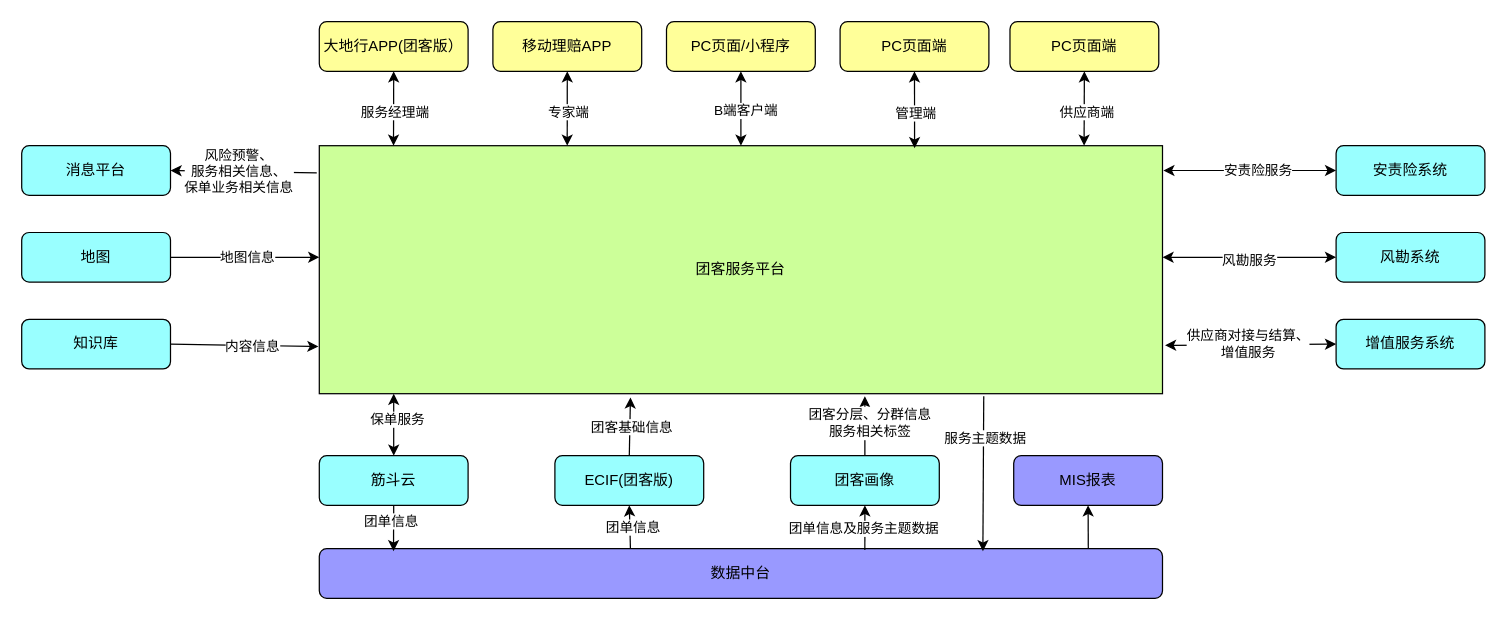
Above: 团客总体设计.drawio in loc1129/tech (draw.io), before the change. Source tidied: cells renumbered, new cells numbered last; positions are measured from the earlier drawing's top-left corner, leaving out a move shared by most shapes. Both pictures are drawn from the tidied source at 124%, with x=0, y=0 at pixel (21, 21).
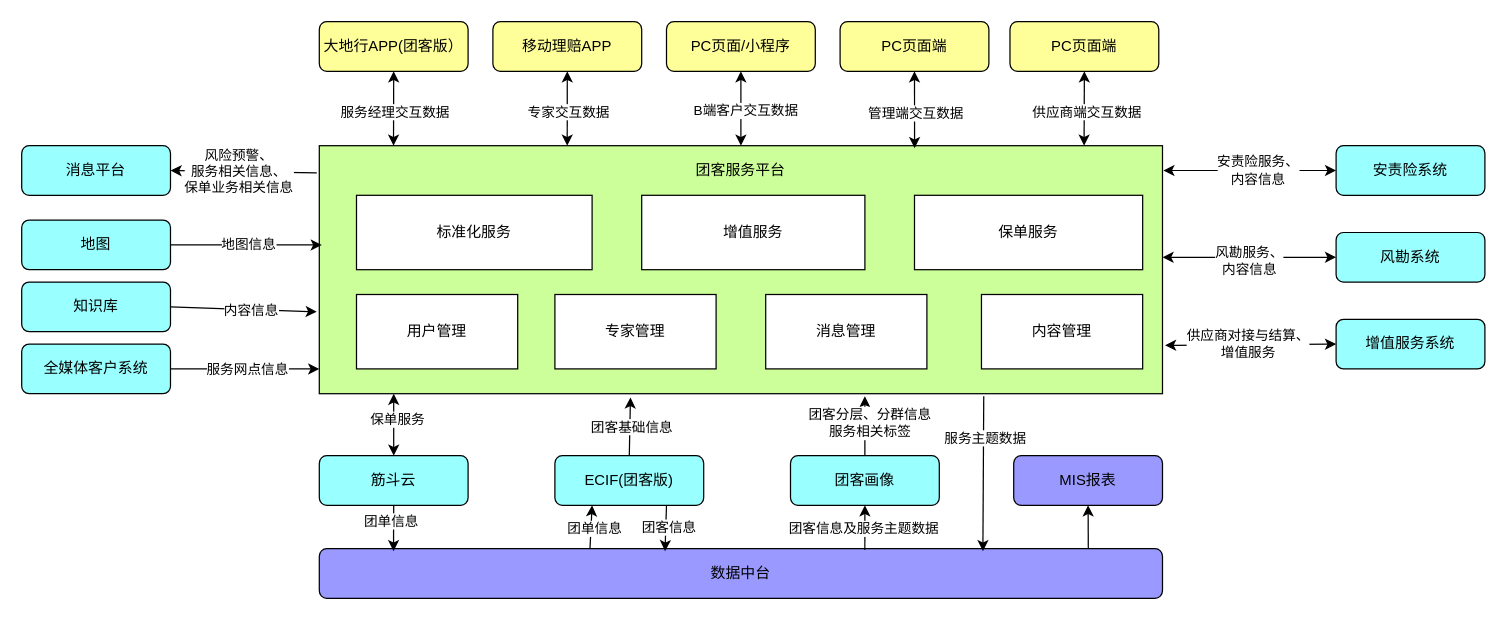
The same diagram, later.

Commit message:
更新团客总体设计.drawio

Unchanged cells that the change refers to:
```xml
<mxCell id="8" style="endArrow=classic;startArrow=classic;html=1;rounded=0;entryX=0.5;entryY=1;entryDx=0;entryDy=0;exitX=0.088;exitY=0;exitDx=0;exitDy=0;exitPerimeter=0;" parent="1" edge="1" source="2" target="3">
  <mxGeometry relative="1" as="geometry" />
</mxCell>
<mxCell id="10" style="endArrow=classic;startArrow=classic;html=1;rounded=0;entryX=0.5;entryY=1;entryDx=0;entryDy=0;exitX=0.294;exitY=0;exitDx=0;exitDy=0;exitPerimeter=0;" parent="1" edge="1" source="2" target="4">
  <mxGeometry relative="1" as="geometry" />
</mxCell>
<mxCell id="12" style="endArrow=classic;startArrow=classic;html=1;rounded=0;exitX=0.5;exitY=0;exitDx=0;exitDy=0;entryX=0.5;entryY=1;entryDx=0;entryDy=0;" parent="1" edge="1" source="2" target="5">
  <mxGeometry relative="1" as="geometry" />
</mxCell>
<mxCell id="14" style="endArrow=classic;startArrow=classic;html=1;rounded=0;entryX=0.5;entryY=1;entryDx=0;entryDy=0;exitX=0.706;exitY=0.01;exitDx=0;exitDy=0;exitPerimeter=0;" parent="1" edge="1" source="2" target="6">
  <mxGeometry relative="1" as="geometry" />
</mxCell>
<mxCell id="16" style="endArrow=classic;startArrow=classic;html=1;rounded=0;entryX=0.5;entryY=1;entryDx=0;entryDy=0;exitX=0.907;exitY=0;exitDx=0;exitDy=0;exitPerimeter=0;" parent="1" edge="1" source="2" target="7">
  <mxGeometry relative="1" as="geometry" />
</mxCell>
<mxCell id="30" style="endArrow=classic;startArrow=classic;html=1;rounded=0;exitX=1.001;exitY=0.1;exitDx=0;exitDy=0;exitPerimeter=0;entryX=0;entryY=0.5;entryDx=0;entryDy=0;" parent="1" edge="1" source="2" target="21">
  <mxGeometry relative="1" as="geometry" />
</mxCell>
<mxCell id="32" style="endArrow=classic;startArrow=classic;html=1;rounded=0;entryX=0;entryY=0.5;entryDx=0;entryDy=0;" parent="1" edge="1" target="22">
  <mxGeometry relative="1" as="geometry">
    <mxPoint x="920" y="190" as="sourcePoint" />
  </mxGeometry>
</mxCell>
<mxCell id="39" value="ECIF(团客版)" style="rounded=1;whiteSpace=wrap;html=1;fillColor=#99FFFF;" parent="1" vertex="1">
  <mxGeometry x="430" y="350" width="120" height="40" as="geometry" />
</mxCell>
<mxCell id="46" value="数据中台" style="rounded=1;whiteSpace=wrap;html=1;fillColor=#9999FF;" parent="1" vertex="1">
  <mxGeometry x="240" y="425" width="680" height="40" as="geometry" />
</mxCell>
<mxCell id="54" style="endArrow=classic;html=1;rounded=0;exitX=0.647;exitY=0.025;exitDx=0;exitDy=0;exitPerimeter=0;entryX=0.5;entryY=1;entryDx=0;entryDy=0;" parent="1" edge="1" source="46" target="42">
  <mxGeometry relative="1" as="geometry" />
</mxCell>
```

Change to the diagram source:
```diff
@@
-    <mxCell id="2" value="团客服务平台" style="rounded=0;whiteSpace=wrap;html=1;fillColor=#CCFF99;" parent="1" vertex="1">
+    <mxCell id="2" style="rounded=0;whiteSpace=wrap;html=1;fillColor=#CCFF99;" parent="1" vertex="1">
       <mxGeometry x="240" y="100" width="680" height="200" as="geometry" />
     </mxCell>
@@
-    <mxCell id="9" value="服务经理端" style="edgeLabel;html=1;align=center;verticalAlign=middle;" parent="8" vertex="1">
+    <mxCell id="9" value="服务经理交互数据" style="edgeLabel;html=1;align=center;verticalAlign=middle;" parent="8" vertex="1">
       <mxGeometry x="-0.06" y="-1" relative="1" as="geometry" />
     </mxCell>
@@
-    <mxCell id="11" value="专家端" style="edgeLabel;html=1;align=center;verticalAlign=middle;" parent="10" vertex="1">
+    <mxCell id="11" value="专家交互数据" style="edgeLabel;html=1;align=center;verticalAlign=middle;" parent="10" vertex="1">
       <mxGeometry x="-0.06" y="-1" relative="1" as="geometry" />
     </mxCell>
@@
-    <mxCell id="13" value="B端客户端" style="edgeLabel;html=1;align=center;verticalAlign=middle;" parent="12" vertex="1">
+    <mxCell id="13" value="B端客户交互数据" style="edgeLabel;html=1;align=center;verticalAlign=middle;" parent="12" vertex="1">
       <mxGeometry x="-0.04" y="-3" relative="1" as="geometry" />
     </mxCell>
@@
-    <mxCell id="15" value="管理端" style="edgeLabel;html=1;align=center;verticalAlign=middle;" parent="14" vertex="1">
+    <mxCell id="15" value="管理端交互数据" style="edgeLabel;html=1;align=center;verticalAlign=middle;" parent="14" vertex="1">
       <mxGeometry x="-0.06" relative="1" as="geometry" />
     </mxCell>
@@
-    <mxCell id="17" value="供应商端" style="edgeLabel;html=1;align=center;verticalAlign=middle;" parent="16" vertex="1">
+    <mxCell id="17" value="供应商端交互数据" style="edgeLabel;html=1;align=center;verticalAlign=middle;" parent="16" vertex="1">
       <mxGeometry x="-0.06" y="-2" relative="1" as="geometry" />
     </mxCell>
@@
     <mxCell id="19" value="地图" style="rounded=1;whiteSpace=wrap;html=1;fillColor=#99FFFF;" parent="1" vertex="1">
-      <mxGeometry y="170" width="120" height="40" as="geometry" />
+      <mxGeometry y="160" width="120" height="40" as="geometry" />
     </mxCell>
     <mxCell id="20" value="知识库" style="rounded=1;whiteSpace=wrap;html=1;fillColor=#99FFFF;" parent="1" vertex="1">
-      <mxGeometry y="240" width="120" height="40" as="geometry" />
+      <mxGeometry y="210" width="120" height="40" as="geometry" />
     </mxCell>
@@
-    <mxCell id="26" style="endArrow=classic;html=1;rounded=0;exitX=1;exitY=0.5;exitDx=0;exitDy=0;" parent="1" edge="1" source="19">
-      <mxGeometry relative="1" as="geometry">
-        <mxPoint x="240" y="190" as="targetPoint" />
-      </mxGeometry>
+    <mxCell id="26" style="endArrow=classic;html=1;rounded=0;exitX=1;exitY=0.5;exitDx=0;exitDy=0;entryX=0.003;entryY=0.4;entryDx=0;entryDy=0;entryPerimeter=0;" parent="1" edge="1" source="19" target="2">
+      <mxGeometry relative="1" as="geometry" />
     </mxCell>
@@
-    <mxCell id="28" style="endArrow=classic;html=1;rounded=0;exitX=1;exitY=0.5;exitDx=0;exitDy=0;entryX=-0.001;entryY=0.81;entryDx=0;entryDy=0;entryPerimeter=0;" parent="1" edge="1" source="20" target="2">
+    <mxCell id="28" style="endArrow=classic;html=1;rounded=0;exitX=1;exitY=0.5;exitDx=0;exitDy=0;entryX=-0.003;entryY=0.67;entryDx=0;entryDy=0;entryPerimeter=0;" parent="1" edge="1" source="20" target="2">
       <mxGeometry relative="1" as="geometry" />
     </mxCell>
@@
-    <mxCell id="31" value="安责险服务" style="edgeLabel;html=1;align=center;verticalAlign=middle;" parent="30" vertex="1">
+    <mxCell id="31" value="安责险服务、&lt;br&gt;内容信息" style="edgeLabel;html=1;align=center;verticalAlign=middle;" parent="30" vertex="1">
       <mxGeometry x="0.09" y="1" relative="1" as="geometry" />
     </mxCell>
@@
-    <mxCell id="33" value="风勘服务" style="edgeLabel;html=1;align=center;verticalAlign=middle;" parent="32" vertex="1">
+    <mxCell id="33" value="风勘服务、&lt;br&gt;内容信息" style="edgeLabel;html=1;align=center;verticalAlign=middle;" parent="32" vertex="1">
       <mxGeometry x="-0.01" y="-2" relative="1" as="geometry" />
     </mxCell>
@@
-    <mxCell id="52" style="endArrow=classic;html=1;rounded=0;exitX=0.369;exitY=0;exitDx=0;exitDy=0;exitPerimeter=0;entryX=0.5;entryY=1;entryDx=0;entryDy=0;" parent="1" edge="1" source="46" target="39">
+    <mxCell id="52" style="endArrow=classic;html=1;rounded=0;exitX=0.321;exitY=0;exitDx=0;exitDy=0;exitPerimeter=0;entryX=0.25;entryY=1;entryDx=0;entryDy=0;" parent="1" edge="1" source="46" target="39">
       <mxGeometry relative="1" as="geometry" />
     </mxCell>
@@
-    <mxCell id="55" value="团单信息及服务主题数据" style="edgeLabel;html=1;align=center;verticalAlign=middle;" parent="54" vertex="1">
+    <mxCell id="55" value="团客信息及服务主题数据" style="edgeLabel;html=1;align=center;verticalAlign=middle;" parent="54" vertex="1">
       <mxGeometry x="-0.06" y="1" relative="1" as="geometry" />
     </mxCell>
+    <mxCell id="56" value="全媒体客户系统" style="rounded=1;whiteSpace=wrap;html=1;fillColor=#99FFFF;" parent="1" vertex="1">
+      <mxGeometry y="260" width="120" height="40" as="geometry" />
+    </mxCell>
+    <mxCell id="57" style="endArrow=classic;html=1;rounded=0;exitX=1;exitY=0.5;exitDx=0;exitDy=0;entryX=0;entryY=0.9;entryDx=0;entryDy=0;entryPerimeter=0;" parent="1" edge="1" source="56" target="2">
+      <mxGeometry relative="1" as="geometry" />
+    </mxCell>
+    <mxCell id="58" value="服务网点信息" style="edgeLabel;html=1;align=center;verticalAlign=middle;" parent="57" vertex="1">
+      <mxGeometry x="0.02" relative="1" as="geometry" />
+    </mxCell>
+    <mxCell id="59" value="标准化服务" style="rounded=0;whiteSpace=wrap;html=1;" parent="1" vertex="1">
+      <mxGeometry x="270" y="140" width="190" height="60" as="geometry" />
+    </mxCell>
+    <mxCell id="60" value="用户管理" style="rounded=0;whiteSpace=wrap;html=1;" parent="1" vertex="1">
+      <mxGeometry x="270" y="220" width="130" height="60" as="geometry" />
+    </mxCell>
+    <mxCell id="61" value="专家管理" style="rounded=0;whiteSpace=wrap;html=1;" parent="1" vertex="1">
+      <mxGeometry x="430" y="220" width="130" height="60" as="geometry" />
+    </mxCell>
+    <mxCell id="62" value="消息管理" style="rounded=0;whiteSpace=wrap;html=1;" parent="1" vertex="1">
+      <mxGeometry x="600" y="220" width="130" height="60" as="geometry" />
+    </mxCell>
+    <mxCell id="63" value="增值服务" style="rounded=0;whiteSpace=wrap;html=1;" parent="1" vertex="1">
+      <mxGeometry x="500" y="140" width="180" height="60" as="geometry" />
+    </mxCell>
+    <mxCell id="64" value="保单服务" style="rounded=0;whiteSpace=wrap;html=1;" parent="1" vertex="1">
+      <mxGeometry x="720" y="140" width="184" height="60" as="geometry" />
+    </mxCell>
+    <mxCell id="65" value="内容管理" style="rounded=0;whiteSpace=wrap;html=1;" parent="1" vertex="1">
+      <mxGeometry x="774" y="220" width="130" height="60" as="geometry" />
+    </mxCell>
+    <mxCell id="66" value="团客服务平台" style="text;html=1;strokeColor=none;fillColor=none;align=center;verticalAlign=middle;whiteSpace=wrap;rounded=0;" parent="1" vertex="1">
+      <mxGeometry x="520" y="105" width="120" height="30" as="geometry" />
+    </mxCell>
+    <mxCell id="67" style="endArrow=classic;html=1;rounded=0;exitX=0.75;exitY=1;exitDx=0;exitDy=0;entryX=0.41;entryY=0.05;entryDx=0;entryDy=0;entryPerimeter=0;" parent="1" edge="1" source="39" target="46">
+      <mxGeometry relative="1" as="geometry" />
+    </mxCell>
+    <mxCell id="68" value="团客信息" style="edgeLabel;html=1;align=center;verticalAlign=middle;" parent="67" vertex="1">
+      <mxGeometry x="-0.08" y="2" relative="1" as="geometry" />
+    </mxCell>
```
